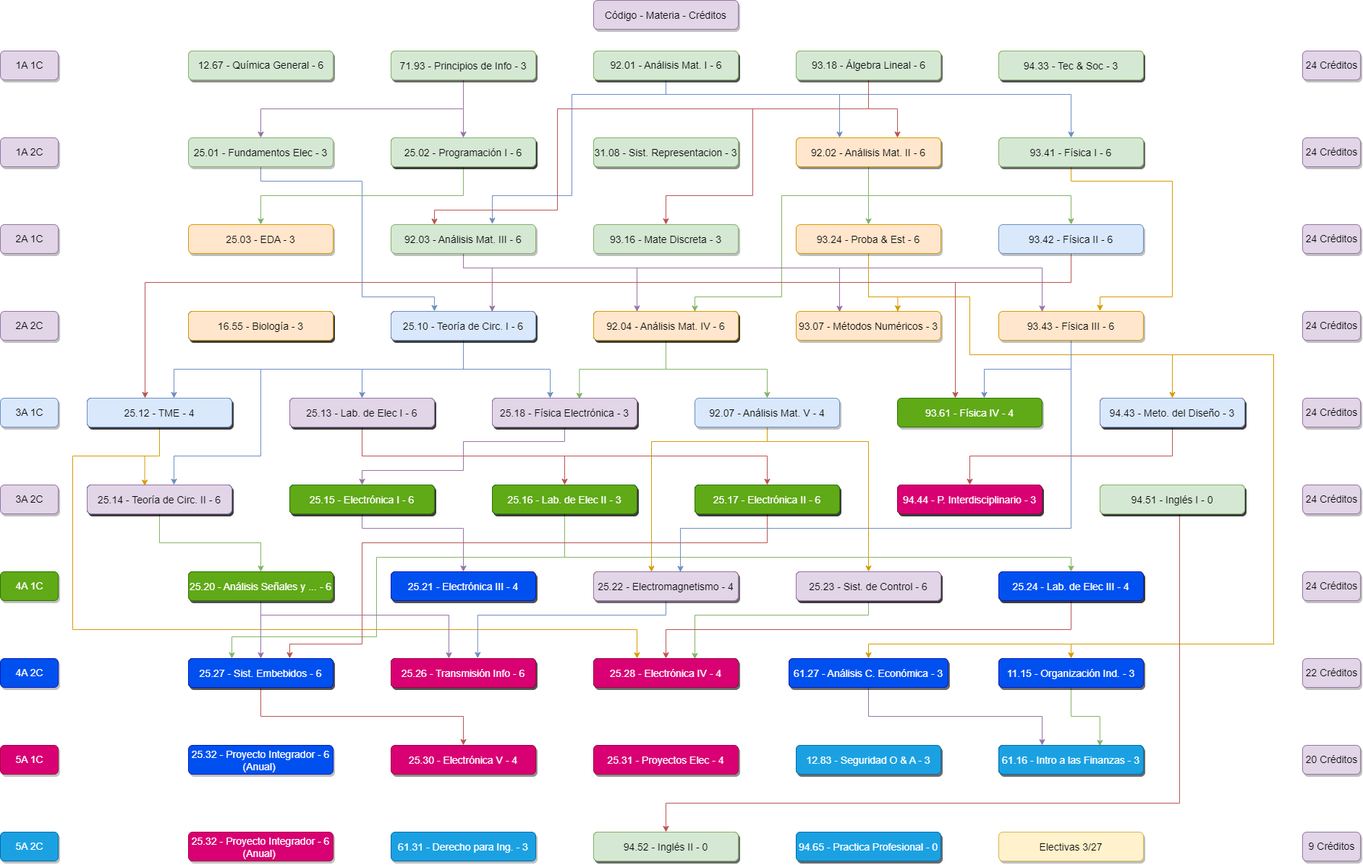
juanipla/K22 keeps this draw.io diagram as K22.drawio.png. Above is the earlier version. Source tidied: cells renumbered, new cells last; positions are measured from the earlier drawing's top-left corner, leaving out a move shared by most shapes.
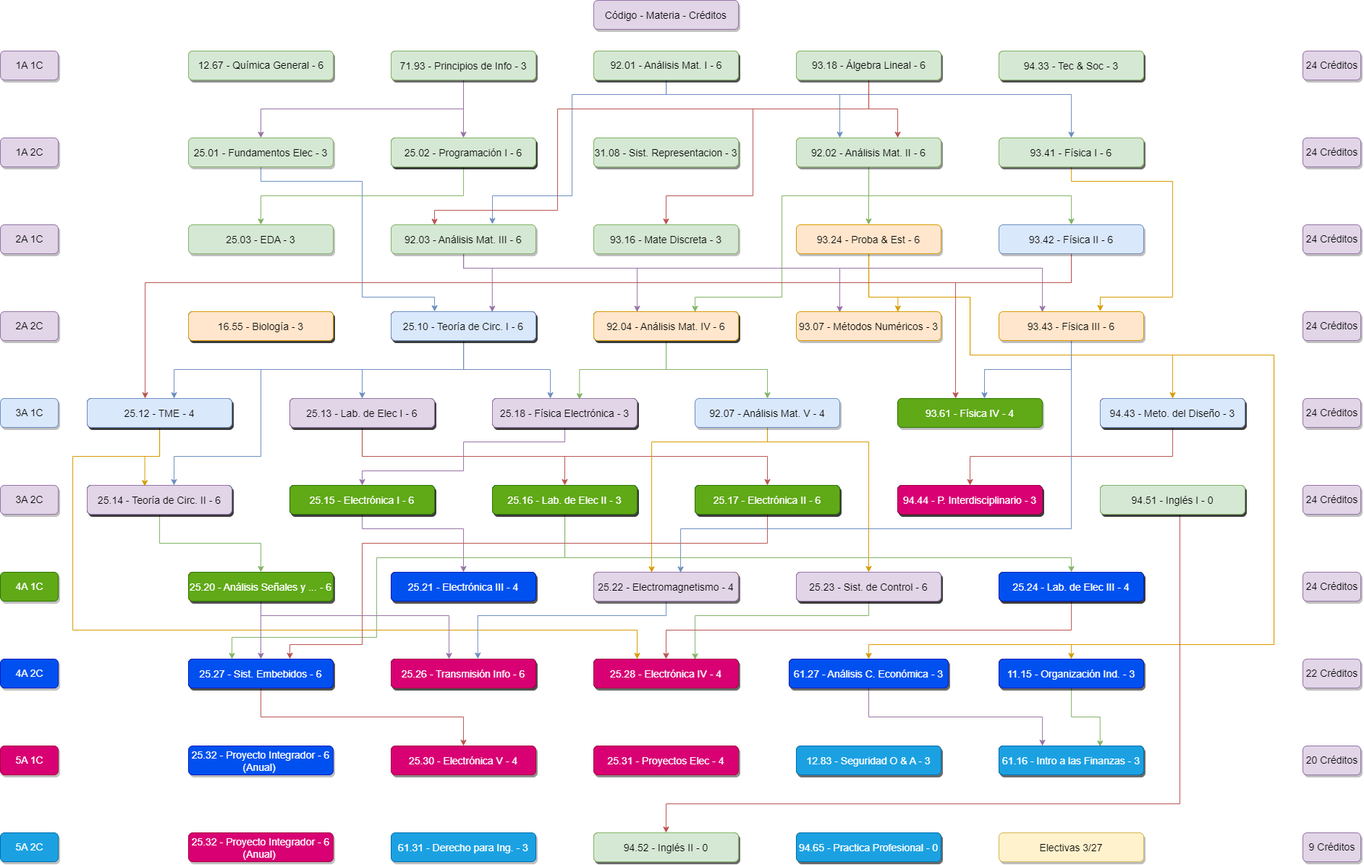
The same diagram one commit later.

Change to the diagram source:
```diff
@@ -151,7 +151,7 @@
     <mxCell id="26" value="93.41 - Física I - 6" style="rounded=1;fillColor=#d5e8d4;strokeColor=#82b366;shadow=1;fontStyle=0;fontSize=14;labelBorderColor=none;labelBackgroundColor=none;verticalAlign=middle;" parent="1" vertex="1">
       <mxGeometry x="1380" y="190" width="200" height="40" as="geometry" />
     </mxCell>
-    <mxCell id="27" value="25.03 - EDA - 3" style="rounded=1;fillColor=#ffe6cc;strokeColor=#d79b00;shadow=1;fontStyle=0;fontSize=14;labelBorderColor=none;labelBackgroundColor=none;" parent="1" vertex="1">
+    <mxCell id="27" value="25.03 - EDA - 3" style="rounded=1;fillColor=#d5e8d4;strokeColor=#82b366;shadow=1;fontStyle=0;fontSize=14;labelBorderColor=none;labelBackgroundColor=none;" parent="1" vertex="1">
       <mxGeometry x="260" y="310" width="200" height="40" as="geometry" />
     </mxCell>
     <mxCell id="28" style="edgeStyle=orthogonalEdgeStyle;rounded=0;jumpStyle=none;jettySize=auto;html=1;entryX=0.699;entryY=0.013;entryDx=0;entryDy=0;fillColor=#e1d5e7;strokeColor=#9673a6;entryPerimeter=0;" parent="1" edge="1" source="32" target="83">
@@ -658,7 +658,7 @@
     <mxCell id="129" value="93.41 - Física I - 6" style="rounded=1;fillColor=#fff2cc;strokeColor=#d6b656;shadow=1;fontStyle=0;fontSize=14;labelBorderColor=none;labelBackgroundColor=none;verticalAlign=middle;" parent="1" vertex="1">
       <mxGeometry x="1380" y="190" width="200" height="40" as="geometry" />
     </mxCell>
-    <mxCell id="130" value="92.02 - Análisis Mat. II - 6" style="rounded=1;fillColor=#ffe6cc;strokeColor=#d79b00;shadow=1;fontStyle=0;fontSize=14;labelBorderColor=none;labelBackgroundColor=none;verticalAlign=middle;" parent="1" vertex="1">
+    <mxCell id="130" value="92.02 - Análisis Mat. II - 6" style="rounded=1;fillColor=#d5e8d4;strokeColor=#82b366;shadow=1;fontStyle=0;fontSize=14;labelBorderColor=none;labelBackgroundColor=none;verticalAlign=middle;" parent="1" vertex="1">
       <mxGeometry x="1100" y="190" width="200" height="40" as="geometry" />
     </mxCell>
     <mxCell id="131" value="31.08 - Sist. Representacion - 3" style="rounded=1;fillColor=#d5e8d4;strokeColor=#82b366;shadow=1;fontStyle=0;fontSize=14;labelBorderColor=none;labelBackgroundColor=none;verticalAlign=middle;" parent="1" vertex="1">
```
